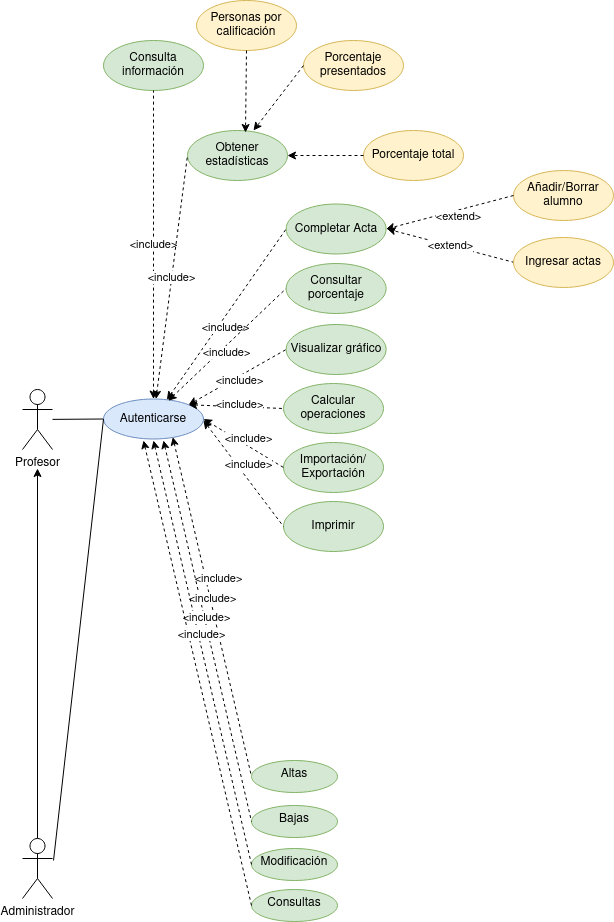
Above: Tareas/casosUso/Tarea6-Gestión Profesores/img/GestionProfesores.drawio.png in colidom/ets (draw.io), before the change. Source tidied: cells renumbered, new cells last; positions are measured from the earlier drawing's top-left corner, leaving out a move shared by most shapes.
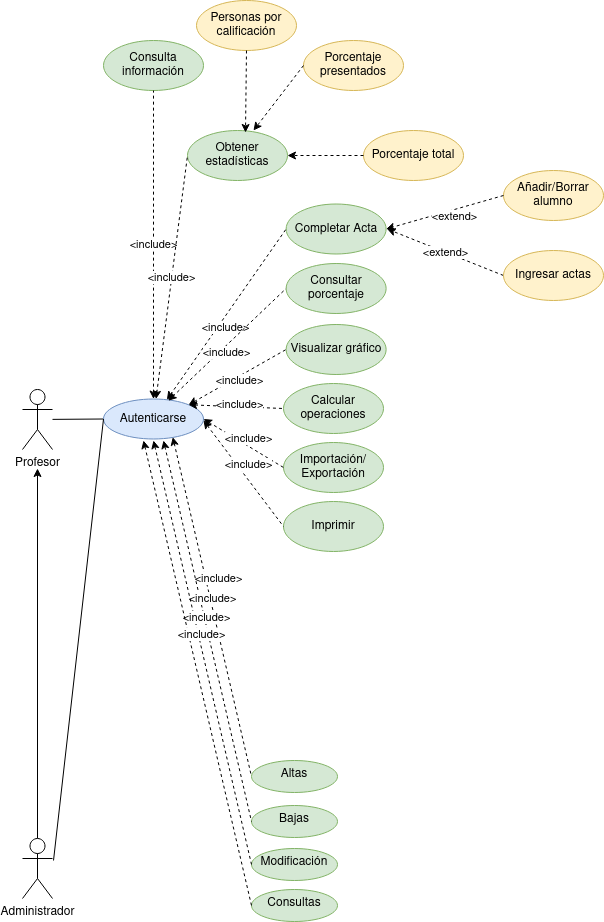
The same file after the commit.

Diff of the diagram source:
```diff
@@ -20,16 +20,15 @@
       <mxGeometry x="263.6" y="203.5" width="100" height="50" as="geometry" />
     </mxCell>
     <mxCell id="7" value="Añadir/Borrar alumno" style="ellipse;whiteSpace=wrap;html=1;fillColor=#fff2cc;strokeColor=#d6b656;" parent="1" vertex="1">
-      <mxGeometry x="491" y="170" width="100" height="50" as="geometry" />
+      <mxGeometry x="481" y="170" width="100" height="50" as="geometry" />
     </mxCell>
-    <mxCell id="8" value="&amp;lt;extend&amp;gt;" style="edgeStyle=none;rounded=0;orthogonalLoop=1;jettySize=auto;html=1;dashed=1;startArrow=none;startFill=0;endArrow=classic;endFill=1;entryX=1;entryY=0.5;entryDx=0;entryDy=0;exitX=0;exitY=0.5;exitDx=0;exitDy=0;" parent="1" edge="1">
+    <mxCell id="8" value="&amp;lt;extend&amp;gt;" style="edgeStyle=none;rounded=0;jettySize=auto;html=1;dashed=1;startArrow=none;startFill=0;endArrow=classic;endFill=1;entryX=1;entryY=0.5;entryDx=0;entryDy=0;exitX=0;exitY=0.5;exitDx=0;exitDy=0;" parent="1" edge="1" source="9">
       <mxGeometry relative="1" as="geometry">
-        <mxPoint x="492" y="262" as="sourcePoint" />
         <mxPoint x="364.6" y="228.5" as="targetPoint" />
       </mxGeometry>
     </mxCell>
     <mxCell id="9" value="Ingresar actas" style="ellipse;whiteSpace=wrap;html=1;fillColor=#fff2cc;strokeColor=#d6b656;" parent="1" vertex="1">
-      <mxGeometry x="491" y="237" width="100" height="50" as="geometry" />
+      <mxGeometry x="481" y="250" width="100" height="50" as="geometry" />
     </mxCell>
     <mxCell id="10" value="Autenticarse" style="ellipse;whiteSpace=wrap;html=1;fillColor=#dae8fc;strokeColor=#6c8ebf;" parent="1" vertex="1">
       <mxGeometry x="81" y="398.5" width="100" height="40" as="geometry" />
```
